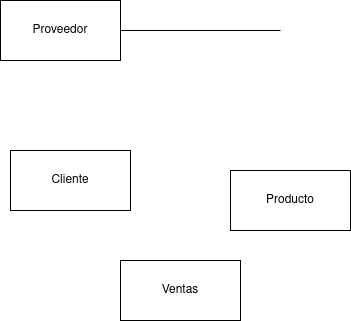
The draw.io diagram Unidad-1/Tareas/Tarea-1/Primer Diagrama.drawio.png in RafaelMayor/base-datos, before a commit. Source tidied: cells renumbered, new cells last; positions are measured from the earlier drawing's top-left corner, leaving out a move shared by most shapes.
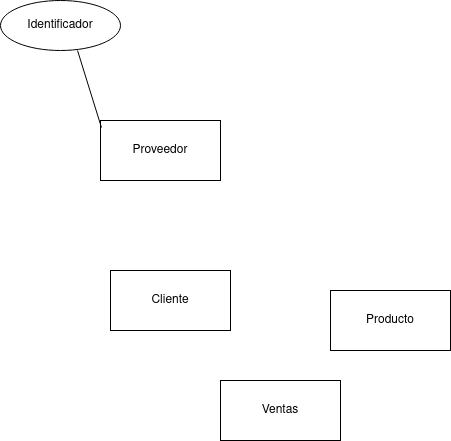
The same file after the commit.

The edit, as a diff of the source:
```diff
@@ -5,10 +5,8 @@
     <mxCell id="2" value="Proveedor" style="rounded=0;whiteSpace=wrap;html=1;" parent="1" vertex="1">
       <mxGeometry width="120" height="60" as="geometry" />
     </mxCell>
-    <mxCell id="3" style="endArrow=none;html=1;rounded=0;exitX=1;exitY=0.5;exitDx=0;exitDy=0;" parent="1" edge="1" source="2">
-      <mxGeometry relative="1" as="geometry">
-        <mxPoint x="280" y="30" as="targetPoint" />
-      </mxGeometry>
+    <mxCell id="3" style="endArrow=none;html=1;rounded=0;exitX=0.642;exitY=1;exitDx=0;exitDy=0;exitPerimeter=0;entryX=0.008;entryY=0.117;entryDx=0;entryDy=0;entryPerimeter=0;" parent="1" edge="1" source="7" target="2">
+      <mxGeometry relative="1" as="geometry" />
     </mxCell>
     <mxCell id="4" value="Cliente" style="rounded=0;whiteSpace=wrap;html=1;" parent="1" vertex="1">
       <mxGeometry x="10" y="150" width="120" height="60" as="geometry" />
@@ -19,5 +17,8 @@
     <mxCell id="6" value="Ventas" style="rounded=0;whiteSpace=wrap;html=1;" parent="1" vertex="1">
       <mxGeometry x="120" y="260" width="120" height="60" as="geometry" />
     </mxCell>
+    <mxCell id="7" value="Identificador" style="ellipse;whiteSpace=wrap;html=1;" parent="1" vertex="1">
+      <mxGeometry x="-100" y="-120" width="120" height="50" as="geometry" />
+    </mxCell>
   </root>
 </mxGraphModel>
```
